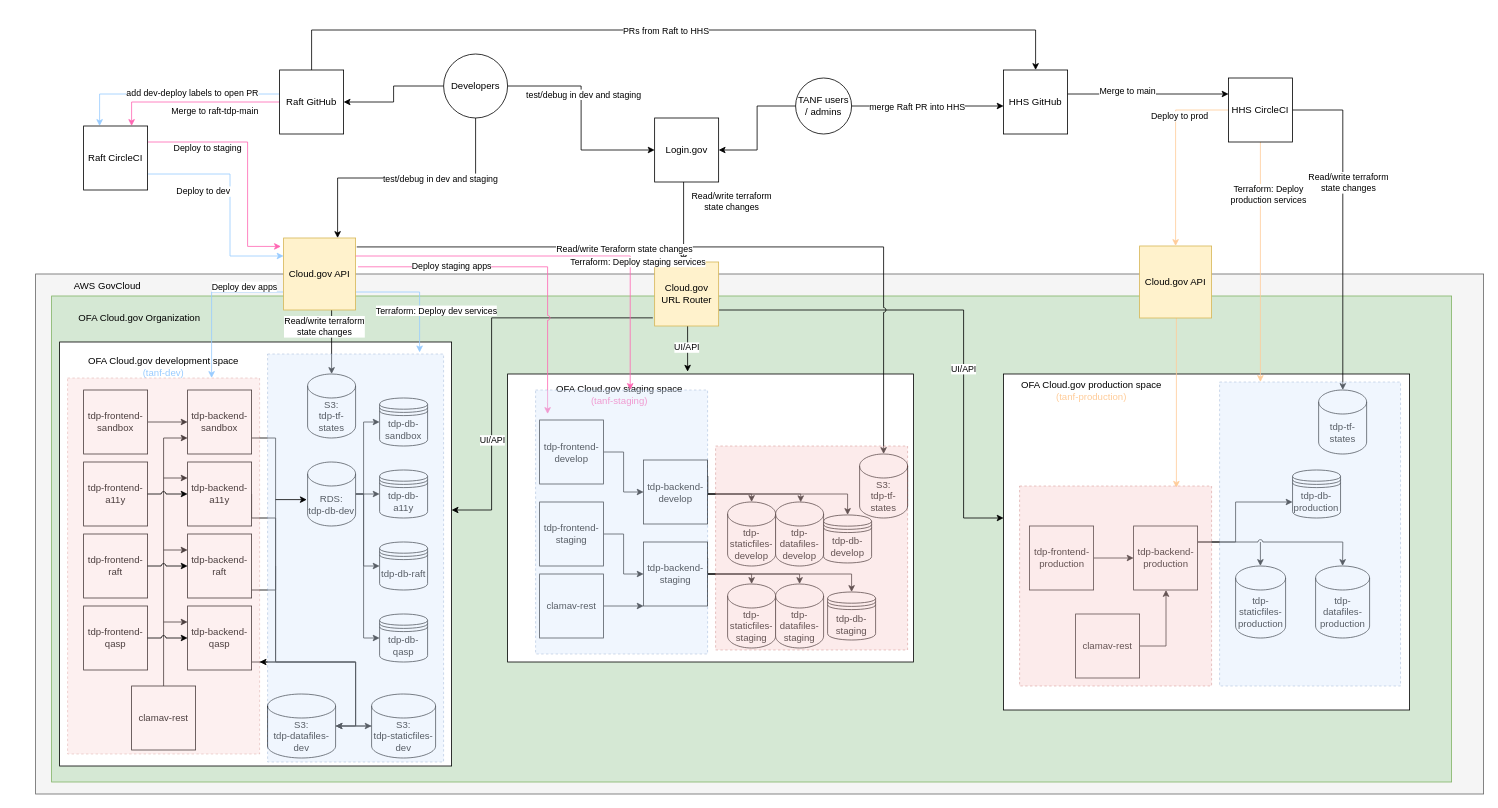
Above: docs/Technical-Documentation/diagrams/tdp-environments.drawio in HHS/TANF-app (draw.io), before the change. Source tidied: cells renumbered, new cells numbered last; positions are measured from the earlier drawing's top-left corner, leaving out a move shared by most shapes. Both pictures are drawn from the tidied source at 80%, with x=0, y=0 at pixel (35, 30).
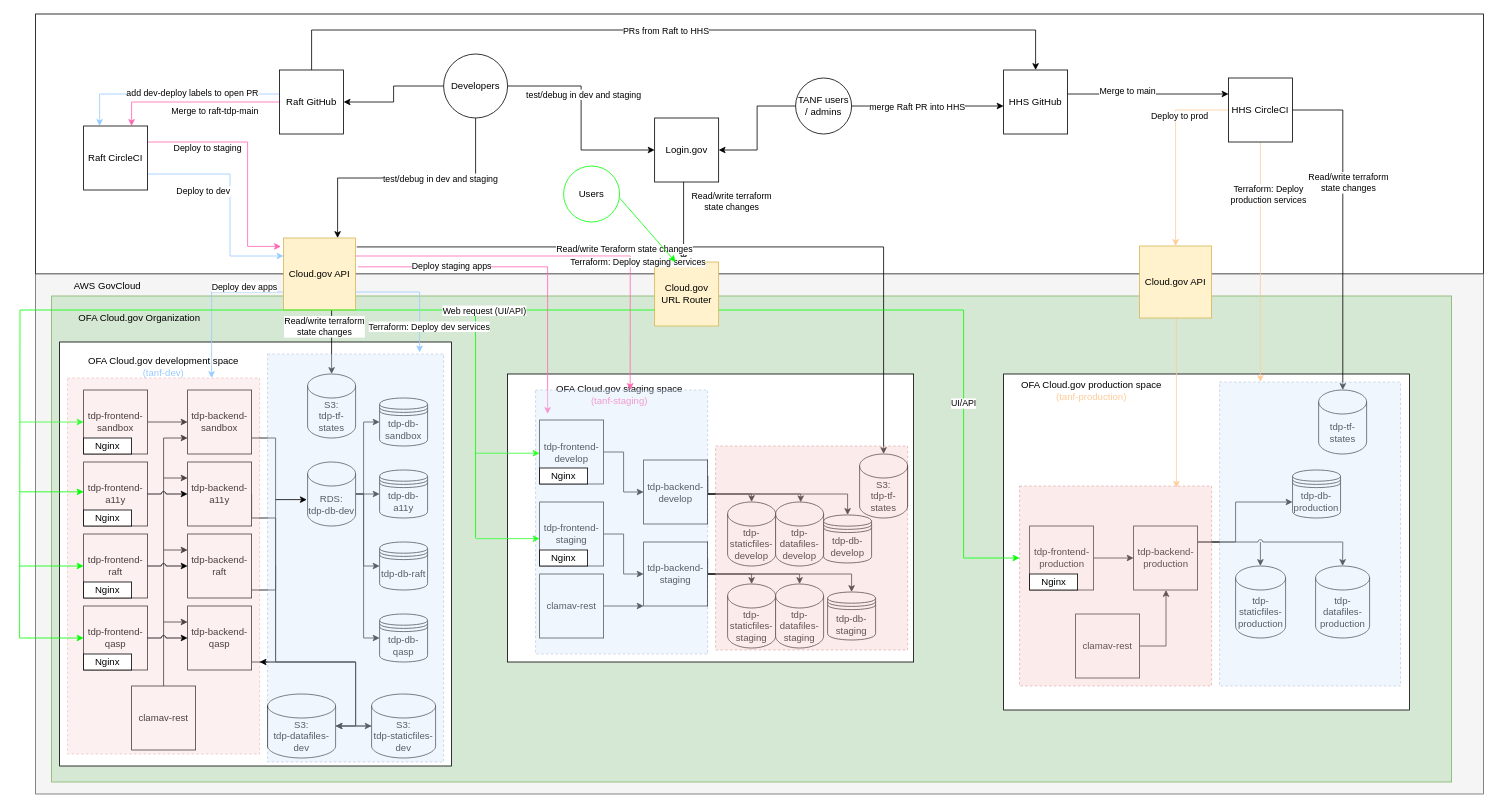
Above is the later version.

The change refers to these unchanged cells:
```xml
<mxCell id="6" style="rounded=0;whiteSpace=wrap;html=1;" parent="1" vertex="1">
  <mxGeometry x="1210" y="430" width="507.5" height="420" as="geometry" />
</mxCell>
<mxCell id="28" style="rounded=0;whiteSpace=wrap;html=1;" parent="1" vertex="1">
  <mxGeometry x="30" y="390" width="490" height="530" as="geometry" />
</mxCell>
<mxCell id="31" value="Cloud.gov URL Router" style="whiteSpace=wrap;html=1;fillColor=#fff2cc;strokeColor=#d6b656;" parent="1" vertex="1">
  <mxGeometry x="773.8" y="290" width="80" height="80" as="geometry" />
</mxCell>
<mxCell id="38" value="Cloud.gov API" style="whiteSpace=wrap;html=1;fillColor=#fff2cc;strokeColor=#d6b656;" parent="1" vertex="1">
  <mxGeometry x="310" y="260" width="90" height="90" as="geometry" />
</mxCell>
<mxCell id="66" style="rounded=0;whiteSpace=wrap;html=1;" parent="1" vertex="1">
  <mxGeometry x="590" y="430" width="507.5" height="360" as="geometry" />
</mxCell>
<mxCell id="121" style="rounded=0;whiteSpace=wrap;html=1;dashed=1;fillColor=#f8cecc;strokeColor=#b85450;opacity=40;" parent="1" vertex="1">
  <mxGeometry x="1230" y="570" width="240" height="250" as="geometry" />
</mxCell>
```

Diff of the diagram source:
```diff
@@
+    <mxCell id="146" style="rounded=0;whiteSpace=wrap;html=1;" parent="1" vertex="1">
+      <mxGeometry y="-20" width="1810" height="325" as="geometry" />
+    </mxCell>
@@
-    <mxCell id="4" style="edgeStyle=elbowEdgeStyle;rounded=0;jettySize=auto;html=1;entryX=1;entryY=0.75;entryDx=0;entryDy=0;startArrow=classic;startFill=1;endArrow=none;endFill=0;" parent="1" edge="1" source="6" target="31">
-      <mxGeometry relative="1" as="geometry">
-        <Array as="points">
-          <mxPoint x="1160" y="610" />
-        </Array>
-      </mxGeometry>
-    </mxCell>
-    <mxCell id="5" value="UI/API" style="edgeLabel;html=1;align=center;verticalAlign=middle;" parent="4" vertex="1">
-      <mxGeometry x="-0.23" y="1" relative="1" as="geometry" />
-    </mxCell>
@@
-    <mxCell id="26" style="edgeStyle=elbowEdgeStyle;rounded=0;jettySize=auto;html=1;entryX=-0.028;entryY=0.873;entryDx=0;entryDy=0;startArrow=classic;startFill=1;endArrow=none;endFill=0;jumpStyle=none;entryPerimeter=0;" parent="1" edge="1" source="28" target="31">
-      <mxGeometry relative="1" as="geometry">
-        <Array as="points">
-          <mxPoint x="570" y="600" />
-          <mxPoint x="560" y="520" />
-        </Array>
-      </mxGeometry>
-    </mxCell>
-    <mxCell id="27" value="UI/API" style="edgeLabel;html=1;align=center;verticalAlign=middle;" parent="26" vertex="1">
-      <mxGeometry x="-0.44" relative="1" as="geometry" />
-    </mxCell>
@@
-    <mxCell id="29" style="edgeStyle=elbowEdgeStyle;rounded=0;jettySize=auto;html=1;entryX=0.443;entryY=-0.008;entryDx=0;entryDy=0;entryPerimeter=0;startArrow=none;startFill=0;endArrow=classic;endFill=1;" parent="1" edge="1" source="31" target="66">
-      <mxGeometry relative="1" as="geometry" />
-    </mxCell>
-    <mxCell id="30" value="UI/API" style="edgeLabel;html=1;align=center;verticalAlign=middle;" parent="29" vertex="1">
-      <mxGeometry x="-0.1" y="-2" relative="1" as="geometry" />
-    </mxCell>
@@
-    <mxCell id="34" style="edgeStyle=elbowEdgeStyle;rounded=0;jettySize=auto;html=1;startArrow=none;startFill=0;endArrow=classic;endFill=1;exitX=1;exitY=0.75;exitDx=0;exitDy=0;strokeColor=#99CCFF;" parent="1" edge="1" source="38">
-      <mxGeometry relative="1" as="geometry">
-        <mxPoint x="480" y="403" as="targetPoint" />
-        <Array as="points">
-          <mxPoint x="480" y="350" />
-        </Array>
-      </mxGeometry>
-    </mxCell>
-    <mxCell id="35" value="Terraform: Deploy dev services" style="edgeLabel;html=1;align=center;verticalAlign=middle;" parent="34" vertex="1">
-      <mxGeometry x="-0.35" y="4" relative="1" as="geometry">
-        <mxPoint x="49" y="27" as="offset" />
-      </mxGeometry>
-    </mxCell>
@@
+    <mxCell id="147" style="edgeStyle=orthogonalEdgeStyle;rounded=0;jettySize=auto;html=1;exitX=0;exitY=0.75;exitDx=0;exitDy=0;endArrow=none;endFill=0;strokeColor=#00FF00;" parent="1" edge="1" source="31">
+      <mxGeometry relative="1" as="geometry">
+        <mxPoint x="-20" y="760" as="targetPoint" />
+      </mxGeometry>
+    </mxCell>
+    <mxCell id="148" style="endArrow=classic;html=1;rounded=0;jumpSize=1;strokeColor=#33FF33;" parent="1" edge="1">
+      <mxGeometry relative="1" as="geometry">
+        <mxPoint x="-20" y="490" as="sourcePoint" />
+        <mxPoint x="60" y="490" as="targetPoint" />
+      </mxGeometry>
+    </mxCell>
+    <mxCell id="149" style="endArrow=classic;html=1;rounded=0;jumpSize=1;strokeColor=#00FF00;" parent="1" edge="1">
+      <mxGeometry relative="1" as="geometry">
+        <mxPoint x="-20" y="577.3" as="sourcePoint" />
+        <mxPoint x="60" y="577.3" as="targetPoint" />
+      </mxGeometry>
+    </mxCell>
+    <mxCell id="150" style="endArrow=classic;html=1;rounded=0;jumpSize=1;strokeColor=#00FF00;" parent="1" edge="1">
+      <mxGeometry relative="1" as="geometry">
+        <mxPoint x="-20" y="670" as="sourcePoint" />
+        <mxPoint x="60" y="670" as="targetPoint" />
+      </mxGeometry>
+    </mxCell>
+    <mxCell id="151" style="endArrow=classic;html=1;rounded=0;jumpSize=1;strokeColor=#00FF00;" parent="1" edge="1">
+      <mxGeometry relative="1" as="geometry">
+        <mxPoint x="-20" y="760" as="sourcePoint" />
+        <mxPoint x="60" y="760" as="targetPoint" />
+      </mxGeometry>
+    </mxCell>
+    <mxCell id="152" value="Users" style="ellipse;whiteSpace=wrap;html=1;strokeColor=#00FF00;fillColor=#ffffff;gradientColor=none;" parent="1" vertex="1">
+      <mxGeometry x="660" y="170" width="70" height="70" as="geometry" />
+    </mxCell>
+    <mxCell id="153" style="endArrow=classic;html=1;rounded=0;jumpSize=1;strokeColor=#33FF33;" parent="1" edge="1">
+      <mxGeometry relative="1" as="geometry">
+        <mxPoint x="550" y="529" as="sourcePoint" />
+        <mxPoint x="630" y="529" as="targetPoint" />
+      </mxGeometry>
+    </mxCell>
+    <mxCell id="154" style="endArrow=classic;html=1;rounded=0;jumpSize=1;strokeColor=#33FF33;" parent="1" edge="1">
+      <mxGeometry relative="1" as="geometry">
+        <mxPoint x="550" y="635.8" as="sourcePoint" />
+        <mxPoint x="630" y="635.8" as="targetPoint" />
+      </mxGeometry>
+    </mxCell>
+    <mxCell id="155" style="endArrow=none;html=1;rounded=0;arcSize=40;startFill=0;endFill=0;anchorPointDirection=0;fillColor=#60a917;strokeColor=#00FF00;" parent="1" edge="1">
+      <mxGeometry relative="1" as="geometry">
+        <mxPoint x="549.9" y="635" as="sourcePoint" />
+        <mxPoint x="549.9" y="351" as="targetPoint" />
+      </mxGeometry>
+    </mxCell>
+    <mxCell id="156" value="Web request (UI/API)" style="edgeLabel;html=1;align=center;verticalAlign=middle;" parent="1" vertex="1">
+      <mxGeometry x="560" y="350" as="geometry" />
+    </mxCell>
+    <mxCell id="34" style="edgeStyle=elbowEdgeStyle;rounded=0;jettySize=auto;html=1;startArrow=none;startFill=0;endArrow=classic;endFill=1;exitX=1;exitY=0.75;exitDx=0;exitDy=0;strokeColor=#99CCFF;" parent="1" edge="1" source="38">
+      <mxGeometry relative="1" as="geometry">
+        <mxPoint x="480" y="403" as="targetPoint" />
+        <Array as="points">
+          <mxPoint x="480" y="350" />
+        </Array>
+      </mxGeometry>
+    </mxCell>
+    <mxCell id="35" value="Terraform: Deploy dev services" style="edgeLabel;html=1;align=center;verticalAlign=middle;" parent="34" vertex="1">
+      <mxGeometry x="-0.35" y="4" relative="1" as="geometry">
+        <mxPoint x="40" y="47" as="offset" />
+      </mxGeometry>
+    </mxCell>
+    <mxCell id="4" style="edgeStyle=elbowEdgeStyle;rounded=0;jettySize=auto;html=1;entryX=1;entryY=0.75;entryDx=0;entryDy=0;startArrow=classic;startFill=1;endArrow=none;endFill=0;strokeColor=#00FF00;" parent="1" edge="1" source="121" target="31">
+      <mxGeometry relative="1" as="geometry">
+        <Array as="points">
+          <mxPoint x="1160" y="660" />
+          <mxPoint x="1160" y="610" />
+        </Array>
+      </mxGeometry>
+    </mxCell>
+    <mxCell id="5" value="UI/API" style="edgeLabel;html=1;align=center;verticalAlign=middle;" parent="4" vertex="1">
+      <mxGeometry x="-0.23" y="1" relative="1" as="geometry" />
+    </mxCell>
+    <mxCell id="157" style="endArrow=classic;html=1;rounded=0;strokeColor=#00FF00;" parent="1" edge="1">
+      <mxGeometry relative="1" as="geometry">
+        <mxPoint x="730" y="210" as="sourcePoint" />
+        <mxPoint x="800" y="290" as="targetPoint" />
+      </mxGeometry>
+    </mxCell>
+    <mxCell id="158" value="Nginx" style="rounded=0;whiteSpace=wrap;html=1;" parent="1" vertex="1">
+      <mxGeometry x="60" y="510" width="60" height="20" as="geometry" />
+    </mxCell>
+    <mxCell id="159" value="Nginx" style="rounded=0;whiteSpace=wrap;html=1;" parent="1" vertex="1">
+      <mxGeometry x="60" y="600" width="60" height="20" as="geometry" />
+    </mxCell>
+    <mxCell id="160" value="Nginx" style="rounded=0;whiteSpace=wrap;html=1;" parent="1" vertex="1">
+      <mxGeometry x="60" y="690" width="60" height="20" as="geometry" />
+    </mxCell>
+    <mxCell id="161" value="Nginx" style="rounded=0;whiteSpace=wrap;html=1;" parent="1" vertex="1">
+      <mxGeometry x="60" y="780" width="60" height="20" as="geometry" />
+    </mxCell>
+    <mxCell id="162" value="Nginx" style="rounded=0;whiteSpace=wrap;html=1;" parent="1" vertex="1">
+      <mxGeometry x="630" y="547.5" width="60" height="20" as="geometry" />
+    </mxCell>
+    <mxCell id="163" value="Nginx" style="rounded=0;whiteSpace=wrap;html=1;" parent="1" vertex="1">
+      <mxGeometry x="630" y="650" width="60" height="20" as="geometry" />
+    </mxCell>
+    <mxCell id="164" value="Nginx" style="rounded=0;whiteSpace=wrap;html=1;" parent="1" vertex="1">
+      <mxGeometry x="1242.5" y="680" width="60" height="20" as="geometry" />
+    </mxCell>
```
